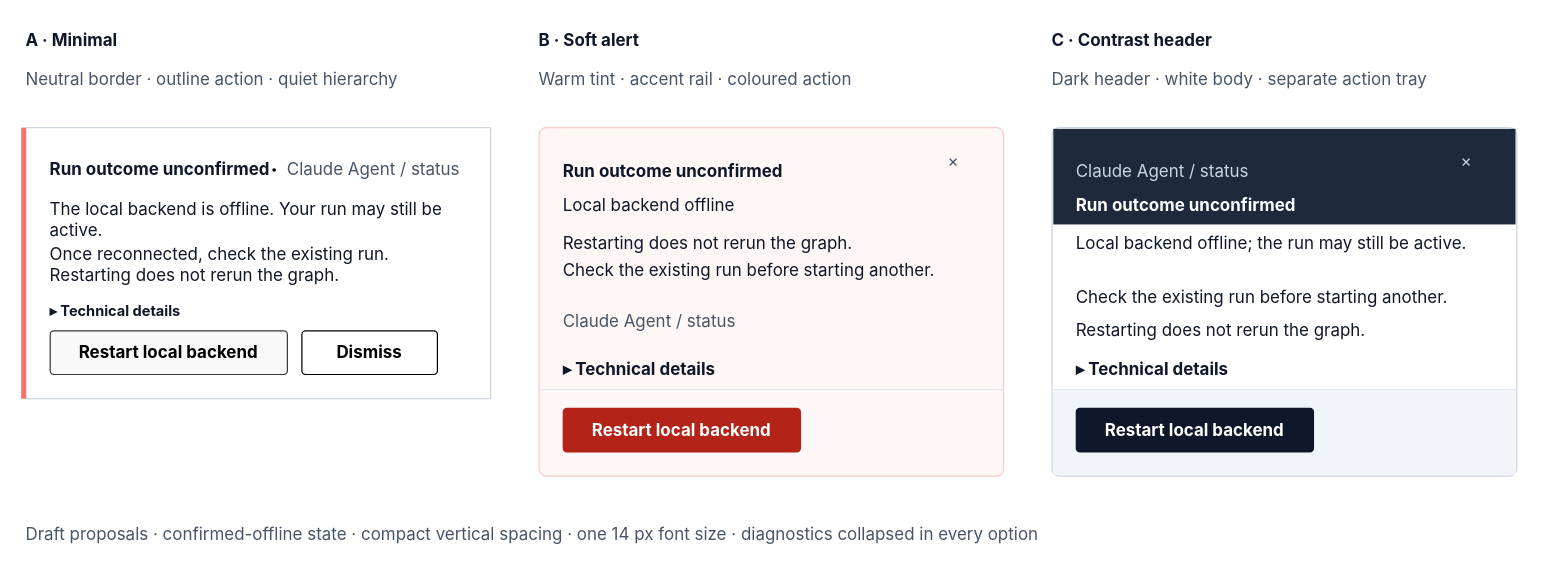
Above: page "Three compact alternatives" (1 of 6) of projects/laomedo/subsystems/agent-execution/design/local-runner-recovery.drawio in amadou-6e/specs (draw.io), before the change. Source tidied: cells renumbered, new cells numbered last; positions are measured from the earlier drawing's top-left corner, leaving out a move shared by most shapes. Both pictures are drawn from the tidied source at 121%, with x=0, y=0 at pixel (21, 21).
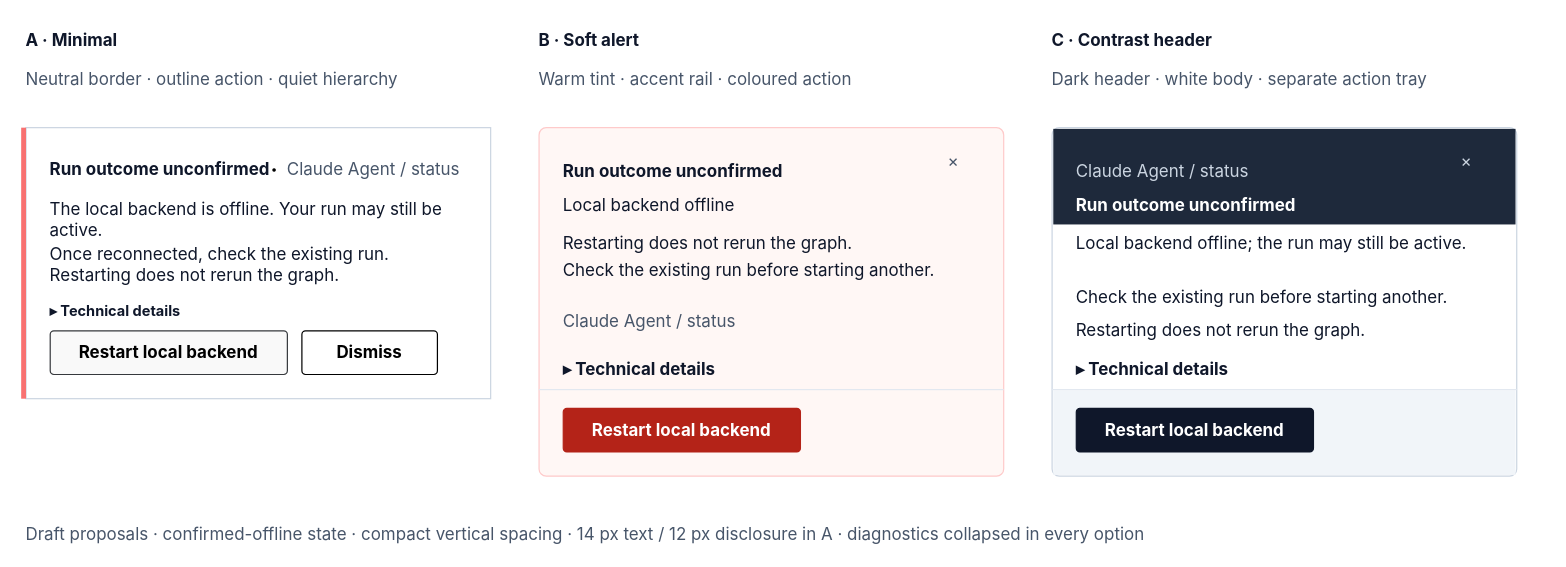
Above is the later version.

Change to the diagram source:
```diff
@@
-    <mxCell id="35" value="&lt;div style=&quot;line-height:22px;&quot;&gt;Draft proposals · confirmed-offline state · compact vertical spacing · one 14 px font size · diagnostics collapsed in every option&lt;/div&gt;" style="fontFamily=Inter,Arial,sans-serif;fontSize=14;whiteSpace=wrap;html=1;text;strokeColor=none;fillColor=none;align=left;verticalAlign=top;spacing=0;fontColor=#475569;fontStyle=0;" parent="1" vertex="1">
+    <mxCell id="35" value="&lt;div style=&quot;line-height:22px;&quot;&gt;Draft proposals · confirmed-offline state · compact vertical spacing · 14 px text / 12 px disclosure in A · diagnostics collapsed in every option&lt;/div&gt;" style="fontFamily=Inter,Arial,sans-serif;fontSize=14;whiteSpace=wrap;html=1;text;strokeColor=none;fillColor=none;align=left;verticalAlign=top;spacing=0;fontColor=#475569;fontStyle=0;" parent="1" vertex="1">
       <mxGeometry x="4" y="408" width="1256" height="24" as="geometry" />
     </mxCell>
```
